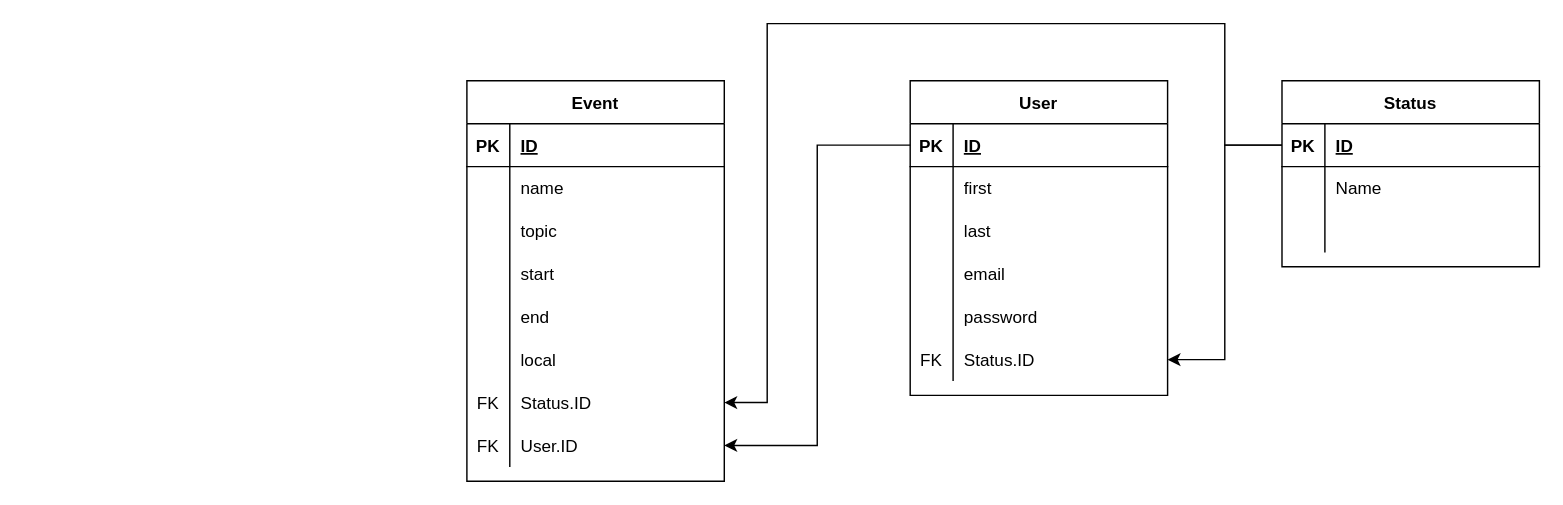
Before: plans/database_plan/Calendar_database_plan.drawio in KerteszZoltan/szakdoga, a draw.io diagram. Source tidied: cells renumbered, new cells numbered last; positions are measured from the earlier drawing's top-left corner, leaving out a move shared by most shapes. Both pictures are drawn from the tidied source at 143%, with x=0, y=0 at pixel (466, 23).
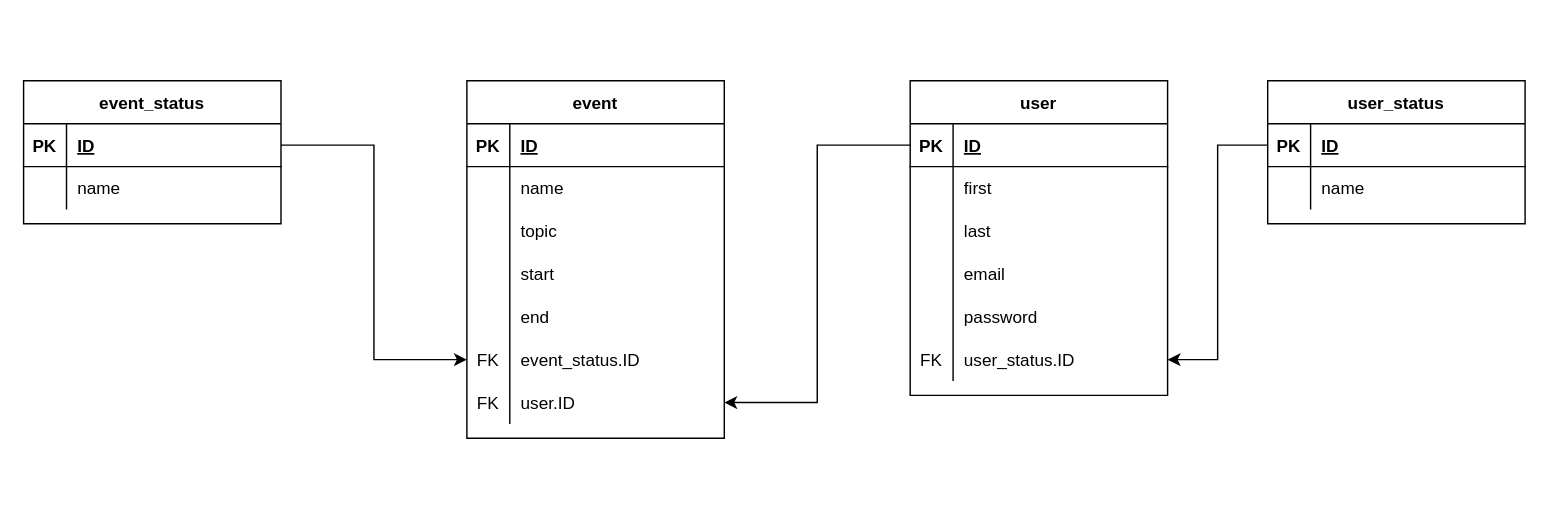
The same diagram, later.

Commit message:
event_status and user_status added

The change refers to these unchanged cells:
```xml
<mxCell id="43" style="shape=partialRectangle;fillColor=none;top=0;left=0;bottom=0;right=0;points=[[0,0.5],[1,0.5]];portConstraint=eastwest;" parent="27" vertex="1">
  <mxGeometry y="180" width="180" height="30" as="geometry" />
</mxCell>
```

The edit, as a diff of the source:
```diff
@@
-    <mxCell id="2" value="Event" style="shape=table;startSize=30;childLayout=tableLayout;rowLines=0;fontStyle=1;align=center;" parent="1" vertex="1">
-      <mxGeometry y="40" width="180" height="280" as="geometry" />
+    <mxCell id="2" value="event" style="shape=table;startSize=30;childLayout=tableLayout;rowLines=0;fontStyle=1;align=center;" parent="1" vertex="1">
+      <mxGeometry y="40" width="180" height="250" as="geometry" />
     </mxCell>
@@
-    <mxCell id="18" style="shape=partialRectangle;fillColor=none;top=0;left=0;bottom=0;right=0;" parent="2" vertex="1">
-      <mxGeometry y="180" width="180" height="30" as="geometry" />
-    </mxCell>
-    <mxCell id="19" style="shape=partialRectangle;fillColor=none;top=0;left=0;bottom=0;right=0;overflow=hidden;" parent="18" vertex="1">
-      <mxGeometry width="30" height="30" as="geometry" />
-    </mxCell>
-    <mxCell id="20" value="local" style="shape=partialRectangle;fillColor=none;top=0;left=0;bottom=0;right=0;align=left;spacingLeft=6;overflow=hidden;" parent="18" vertex="1">
-      <mxGeometry x="30" width="150" height="30" as="geometry" />
-    </mxCell>
     <mxCell id="21" style="shape=partialRectangle;fillColor=none;top=0;left=0;bottom=0;right=0;points=[[0,0.5],[1,0.5]];portConstraint=eastwest;" parent="2" vertex="1">
-      <mxGeometry y="210" width="180" height="30" as="geometry" />
+      <mxGeometry y="180" width="180" height="30" as="geometry" />
     </mxCell>
@@
-    <mxCell id="23" value="Status.ID" style="shape=partialRectangle;fillColor=none;top=0;left=0;bottom=0;right=0;align=left;spacingLeft=6;overflow=hidden;" parent="21" vertex="1">
+    <mxCell id="23" value="event_status.ID" style="shape=partialRectangle;fillColor=none;top=0;left=0;bottom=0;right=0;align=left;spacingLeft=6;overflow=hidden;" parent="21" vertex="1">
       <mxGeometry x="30" width="150" height="30" as="geometry" />
     </mxCell>
     <mxCell id="24" style="shape=partialRectangle;fillColor=none;top=0;left=0;bottom=0;right=0;points=[[0,0.5],[1,0.5]];portConstraint=eastwest;" parent="2" vertex="1">
-      <mxGeometry y="240" width="180" height="30" as="geometry" />
+      <mxGeometry y="210" width="180" height="30" as="geometry" />
     </mxCell>
@@
-    <mxCell id="26" value="User.ID" style="shape=partialRectangle;fillColor=none;top=0;left=0;bottom=0;right=0;align=left;spacingLeft=6;overflow=hidden;" parent="24" vertex="1">
+    <mxCell id="26" value="user.ID" style="shape=partialRectangle;fillColor=none;top=0;left=0;bottom=0;right=0;align=left;spacingLeft=6;overflow=hidden;" parent="24" vertex="1">
       <mxGeometry x="30" width="150" height="30" as="geometry" />
     </mxCell>
-    <mxCell id="27" value="User" style="shape=table;startSize=30;childLayout=tableLayout;rowLines=0;fontStyle=1;align=center;" parent="1" vertex="1">
+    <mxCell id="27" value="user" style="shape=table;startSize=30;childLayout=tableLayout;rowLines=0;fontStyle=1;align=center;" parent="1" vertex="1">
       <mxGeometry x="310" y="40" width="180" height="220" as="geometry" />
     </mxCell>
@@
-    <mxCell id="45" value="Status.ID" style="shape=partialRectangle;fillColor=none;top=0;left=0;bottom=0;right=0;align=left;spacingLeft=6;overflow=hidden;" parent="43" vertex="1">
+    <mxCell id="45" value="user_status.ID" style="shape=partialRectangle;fillColor=none;top=0;left=0;bottom=0;right=0;align=left;spacingLeft=6;overflow=hidden;" parent="43" vertex="1">
       <mxGeometry x="30" width="150" height="30" as="geometry" />
     </mxCell>
-    <mxCell id="46" value="Status" style="shape=table;startSize=30;childLayout=tableLayout;rowLines=0;fontStyle=1;align=center;" parent="1" vertex="1">
-      <mxGeometry x="570" y="40" width="180" height="130" as="geometry" />
-    </mxCell>
-    <mxCell id="47" style="shape=partialRectangle;fillColor=none;top=0;left=0;bottom=1;right=0;points=[[0,0.5],[1,0.5]];portConstraint=eastwest;" parent="46" vertex="1">
-      <mxGeometry y="30" width="180" height="30" as="geometry" />
-    </mxCell>
-    <mxCell id="48" value="PK" style="shape=partialRectangle;fillColor=none;top=0;left=0;bottom=0;right=0;fontStyle=1;overflow=hidden;" parent="47" vertex="1">
-      <mxGeometry width="30" height="30" as="geometry" />
-    </mxCell>
-    <mxCell id="49" value="ID" style="shape=partialRectangle;fillColor=none;top=0;left=0;bottom=0;right=0;align=left;spacingLeft=6;fontStyle=5;overflow=hidden;" parent="47" vertex="1">
-      <mxGeometry x="30" width="150" height="30" as="geometry" />
-    </mxCell>
-    <mxCell id="50" style="shape=partialRectangle;fillColor=none;top=0;left=0;bottom=0;right=0;" parent="46" vertex="1">
-      <mxGeometry y="60" width="180" height="30" as="geometry" />
-    </mxCell>
-    <mxCell id="51" style="shape=partialRectangle;fillColor=none;top=0;left=0;bottom=0;right=0;overflow=hidden;" parent="50" vertex="1">
-      <mxGeometry width="30" height="30" as="geometry" />
-    </mxCell>
-    <mxCell id="52" value="Name" style="shape=partialRectangle;fillColor=none;top=0;left=0;bottom=0;right=0;align=left;spacingLeft=6;overflow=hidden;" parent="50" vertex="1">
-      <mxGeometry x="30" width="150" height="30" as="geometry" />
-    </mxCell>
-    <mxCell id="53" style="shape=partialRectangle;fillColor=none;top=0;left=0;bottom=0;right=0;" parent="46" vertex="1">
-      <mxGeometry y="90" width="180" height="30" as="geometry" />
-    </mxCell>
-    <mxCell id="54" style="shape=partialRectangle;fillColor=none;top=0;left=0;bottom=0;right=0;overflow=hidden;" parent="53" vertex="1">
-      <mxGeometry width="30" height="30" as="geometry" />
-    </mxCell>
-    <mxCell id="55" style="shape=partialRectangle;fillColor=none;top=0;left=0;bottom=0;right=0;align=left;spacingLeft=6;overflow=hidden;" parent="53" vertex="1">
-      <mxGeometry x="30" width="150" height="30" as="geometry" />
-    </mxCell>
-    <mxCell id="56" style="edgeStyle=orthogonalEdgeStyle;rounded=0;jettySize=auto;html=1;exitX=0;exitY=0.5;exitDx=0;exitDy=0;entryX=1;entryY=0.5;entryDx=0;entryDy=0;" parent="1" edge="1" source="47" target="43">
-      <mxGeometry relative="1" as="geometry" />
-    </mxCell>
@@
-    <mxCell id="58" style="edgeStyle=orthogonalEdgeStyle;rounded=0;jettySize=auto;html=1;exitX=0;exitY=0.5;exitDx=0;exitDy=0;entryX=1;entryY=0.5;entryDx=0;entryDy=0;" parent="1" edge="1" source="47" target="21">
-      <mxGeometry relative="1" as="geometry">
-        <Array as="points">
-          <mxPoint x="530" y="85" />
-          <mxPoint x="530" />
-          <mxPoint x="210" />
-          <mxPoint x="210" y="265" />
-        </Array>
-      </mxGeometry>
-    </mxCell>
+    <mxCell id="59" value="event_status" style="shape=table;startSize=30;childLayout=tableLayout;rowLines=0;fontStyle=1;align=center;" parent="1" vertex="1">
+      <mxGeometry x="-310" y="40" width="180" height="100" as="geometry" />
+    </mxCell>
+    <mxCell id="60" style="shape=partialRectangle;fillColor=none;top=0;left=0;bottom=1;right=0;points=[[0,0.5],[1,0.5]];portConstraint=eastwest;" parent="59" vertex="1">
+      <mxGeometry y="30" width="180" height="30" as="geometry" />
+    </mxCell>
+    <mxCell id="61" value="PK" style="shape=partialRectangle;fillColor=none;top=0;left=0;bottom=0;right=0;fontStyle=1;overflow=hidden;" parent="60" vertex="1">
+      <mxGeometry width="30" height="30" as="geometry" />
+    </mxCell>
+    <mxCell id="62" value="ID" style="shape=partialRectangle;fillColor=none;top=0;left=0;bottom=0;right=0;align=left;spacingLeft=6;fontStyle=5;overflow=hidden;" parent="60" vertex="1">
+      <mxGeometry x="30" width="150" height="30" as="geometry" />
+    </mxCell>
+    <mxCell id="63" style="shape=partialRectangle;fillColor=none;top=0;left=0;bottom=0;right=0;" parent="59" vertex="1">
+      <mxGeometry y="60" width="180" height="30" as="geometry" />
+    </mxCell>
+    <mxCell id="64" style="shape=partialRectangle;fillColor=none;top=0;left=0;bottom=0;right=0;overflow=hidden;" parent="63" vertex="1">
+      <mxGeometry width="30" height="30" as="geometry" />
+    </mxCell>
+    <mxCell id="65" value="name" style="shape=partialRectangle;fillColor=none;top=0;left=0;bottom=0;right=0;align=left;spacingLeft=6;overflow=hidden;" parent="63" vertex="1">
+      <mxGeometry x="30" width="150" height="30" as="geometry" />
+    </mxCell>
+    <mxCell id="66" value="user_status" style="shape=table;startSize=30;childLayout=tableLayout;rowLines=0;fontStyle=1;align=center;" parent="1" vertex="1">
+      <mxGeometry x="560" y="40" width="180" height="100" as="geometry" />
+    </mxCell>
+    <mxCell id="67" style="shape=partialRectangle;fillColor=none;top=0;left=0;bottom=1;right=0;points=[[0,0.5],[1,0.5]];portConstraint=eastwest;" parent="66" vertex="1">
+      <mxGeometry y="30" width="180" height="30" as="geometry" />
+    </mxCell>
+    <mxCell id="68" value="PK" style="shape=partialRectangle;fillColor=none;top=0;left=0;bottom=0;right=0;fontStyle=1;overflow=hidden;" parent="67" vertex="1">
+      <mxGeometry width="30" height="30" as="geometry" />
+    </mxCell>
+    <mxCell id="69" value="ID" style="shape=partialRectangle;fillColor=none;top=0;left=0;bottom=0;right=0;align=left;spacingLeft=6;fontStyle=5;overflow=hidden;" parent="67" vertex="1">
+      <mxGeometry x="30" width="150" height="30" as="geometry" />
+    </mxCell>
+    <mxCell id="70" style="shape=partialRectangle;fillColor=none;top=0;left=0;bottom=0;right=0;" parent="66" vertex="1">
+      <mxGeometry y="60" width="180" height="30" as="geometry" />
+    </mxCell>
+    <mxCell id="71" style="shape=partialRectangle;fillColor=none;top=0;left=0;bottom=0;right=0;overflow=hidden;" parent="70" vertex="1">
+      <mxGeometry width="30" height="30" as="geometry" />
+    </mxCell>
+    <mxCell id="72" value="name" style="shape=partialRectangle;fillColor=none;top=0;left=0;bottom=0;right=0;align=left;spacingLeft=6;overflow=hidden;" parent="70" vertex="1">
+      <mxGeometry x="30" width="150" height="30" as="geometry" />
+    </mxCell>
+    <mxCell id="73" style="edgeStyle=orthogonalEdgeStyle;rounded=0;jettySize=auto;html=1;exitX=0;exitY=0.5;exitDx=0;exitDy=0;entryX=1;entryY=0.5;entryDx=0;entryDy=0;" parent="1" edge="1" source="67" target="43">
+      <mxGeometry relative="1" as="geometry" />
+    </mxCell>
+    <mxCell id="74" style="edgeStyle=orthogonalEdgeStyle;rounded=0;jettySize=auto;html=1;exitX=1;exitY=0.5;exitDx=0;exitDy=0;entryX=0;entryY=0.5;entryDx=0;entryDy=0;" parent="1" edge="1" source="60" target="21">
+      <mxGeometry relative="1" as="geometry" />
+    </mxCell>
```
